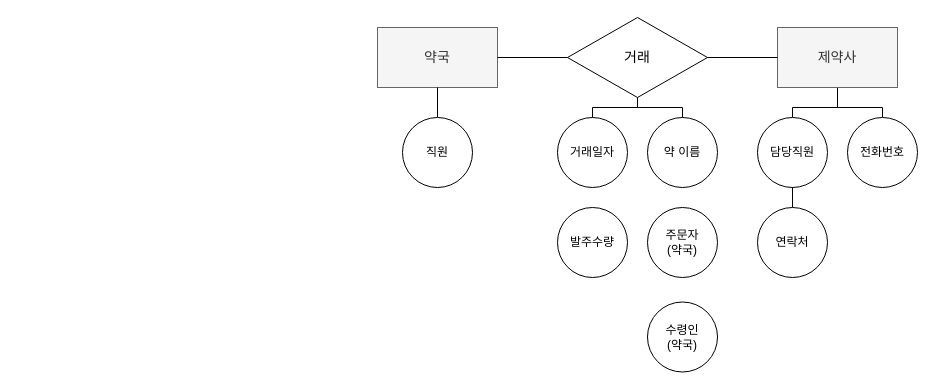
Earlier version of the draw.io diagram 0 portfolio/yakgookJego.drawio (jhy0409/jhy0409). Source tidied: cells renumbered, new cells numbered last; positions are measured from the earlier drawing's top-left corner, leaving out a move shared by most shapes. Both pictures are drawn from the tidied source at 100%, with x=0, y=0 at pixel (377, 17).
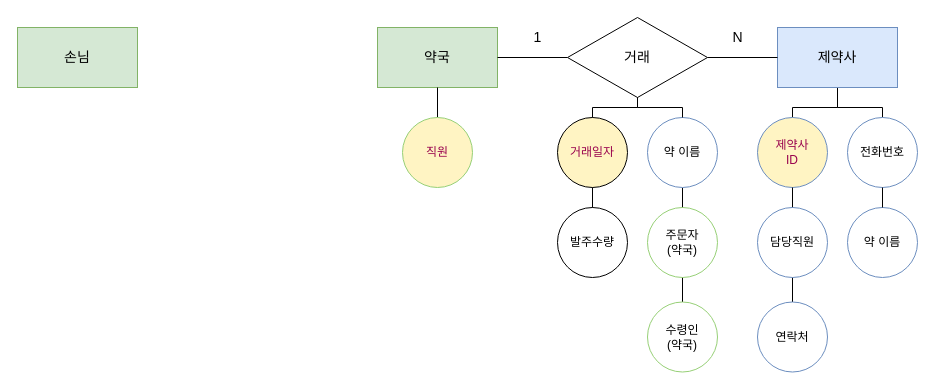
Above is the later version.

Unchanged cells that the change refers to:
```xml
<mxCell id="15" value="발주수량" style="ellipse;whiteSpace=wrap;html=1;" parent="1" vertex="1">
  <mxGeometry x="180" y="190" width="70" height="70" as="geometry" />
</mxCell>
```

What changed in the source:
```diff
@@
+    <mxCell id="22" style="endArrow=none;html=1;fontSize=14;entryX=0.5;entryY=1;entryDx=0;entryDy=0;exitX=0.5;exitY=0;exitDx=0;exitDy=0;" parent="1" edge="1" source="19" target="14">
+      <mxGeometry relative="1" as="geometry" />
+    </mxCell>
-    <mxCell id="2" value="&lt;font style=&quot;font-size: 14px&quot;&gt;약국&lt;/font&gt;" style="rounded=0;whiteSpace=wrap;html=1;fillColor=#f5f5f5;strokeColor=#666666;fontColor=#333333;" parent="1" vertex="1">
+    <mxCell id="2" value="&lt;font style=&quot;font-size: 14px&quot;&gt;약국&lt;/font&gt;" style="rounded=0;whiteSpace=wrap;html=1;fillColor=#d5e8d4;strokeColor=#82b366;" parent="1" vertex="1">
       <mxGeometry y="10" width="120" height="60" as="geometry" />
     </mxCell>
@@
-    <mxCell id="5" value="&lt;span style=&quot;font-size: 14px&quot;&gt;제약사&lt;br&gt;&lt;/span&gt;" style="rounded=0;whiteSpace=wrap;html=1;fillColor=#f5f5f5;strokeColor=#666666;fontColor=#333333;" parent="1" vertex="1">
+    <mxCell id="5" value="&lt;span style=&quot;font-size: 14px&quot;&gt;제약사&lt;br&gt;&lt;/span&gt;" style="rounded=0;whiteSpace=wrap;html=1;fillColor=#dae8fc;strokeColor=#6c8ebf;" parent="1" vertex="1">
       <mxGeometry x="400" y="10" width="120" height="60" as="geometry" />
     </mxCell>
-    <mxCell id="6" value="담당직원" style="ellipse;whiteSpace=wrap;html=1;" parent="1" vertex="1">
+    <mxCell id="6" value="제약사&lt;br&gt;ID" style="ellipse;whiteSpace=wrap;html=1;strokeColor=#6C8EBF;labelBackgroundColor=none;fontColor=#99004D;fillColor=#FFF4C3;" parent="1" vertex="1">
       <mxGeometry x="380" y="100" width="70" height="70" as="geometry" />
     </mxCell>
-    <mxCell id="7" style="edgeStyle=orthogonalEdgeStyle;rounded=0;jettySize=auto;html=1;entryX=0.5;entryY=1;entryDx=0;entryDy=0;endArrow=none;endFill=0;" parent="1" edge="1" source="8" target="6">
+    <mxCell id="7" style="edgeStyle=orthogonalEdgeStyle;rounded=0;jettySize=auto;html=1;entryX=0.5;entryY=1;entryDx=0;entryDy=0;endArrow=none;endFill=0;exitX=0;exitY=0.5;exitDx=0;exitDy=0;" parent="1" edge="1" source="26" target="6">
       <mxGeometry relative="1" as="geometry" />
     </mxCell>
-    <mxCell id="8" value="연락처" style="ellipse;whiteSpace=wrap;html=1;" parent="1" vertex="1">
+    <mxCell id="8" value="담당직원" style="ellipse;whiteSpace=wrap;html=1;strokeColor=#6C8EBF;" parent="1" vertex="1">
       <mxGeometry x="380" y="190" width="70" height="70" as="geometry" />
     </mxCell>
-    <mxCell id="9" value="전화번호" style="ellipse;whiteSpace=wrap;html=1;" parent="1" vertex="1">
+    <mxCell id="9" value="전화번호" style="ellipse;whiteSpace=wrap;html=1;strokeColor=#6C8EBF;" parent="1" vertex="1">
       <mxGeometry x="470" y="100" width="70" height="70" as="geometry" />
     </mxCell>
@@
-    <mxCell id="13" value="거래일자" style="ellipse;whiteSpace=wrap;html=1;" parent="1" vertex="1">
+    <mxCell id="13" value="거래일자" style="ellipse;whiteSpace=wrap;html=1;fontColor=#99004D;fillColor=#FFF4C3;" parent="1" vertex="1">
       <mxGeometry x="180" y="100" width="70" height="70" as="geometry" />
     </mxCell>
-    <mxCell id="14" value="약&amp;nbsp;이름" style="ellipse;whiteSpace=wrap;html=1;" parent="1" vertex="1">
+    <mxCell id="14" value="약&amp;nbsp;이름" style="ellipse;whiteSpace=wrap;html=1;strokeColor=#6C8EBF;" parent="1" vertex="1">
       <mxGeometry x="270" y="100" width="70" height="70" as="geometry" />
     </mxCell>
@@
-    <mxCell id="17" value="직원" style="ellipse;whiteSpace=wrap;html=1;" parent="1" vertex="1">
+    <mxCell id="17" value="직원" style="ellipse;whiteSpace=wrap;html=1;strokeColor=#97D077;fontColor=#99004D;fillColor=#FFF4C3;" parent="1" vertex="1">
       <mxGeometry x="25" y="100" width="70" height="70" as="geometry" />
     </mxCell>
-    <mxCell id="18" value="주문자&lt;br&gt;(약국)" style="ellipse;whiteSpace=wrap;html=1;" parent="1" vertex="1">
+    <mxCell id="18" value="주문자&lt;br&gt;(약국)" style="ellipse;whiteSpace=wrap;html=1;strokeColor=#97D077;" parent="1" vertex="1">
       <mxGeometry x="270" y="190" width="70" height="70" as="geometry" />
     </mxCell>
-    <mxCell id="19" value="수령인&lt;br&gt;(약국)" style="ellipse;whiteSpace=wrap;html=1;" parent="1" vertex="1">
+    <mxCell id="19" value="수령인&lt;br&gt;(약국)" style="ellipse;whiteSpace=wrap;html=1;strokeColor=#97D077;" parent="1" vertex="1">
       <mxGeometry x="270" y="284.5" width="70" height="70" as="geometry" />
     </mxCell>
@@
+    <mxCell id="23" style="endArrow=none;html=1;fontSize=14;entryX=0.5;entryY=1;entryDx=0;entryDy=0;exitX=0.5;exitY=0;exitDx=0;exitDy=0;" parent="1" edge="1" source="15" target="13">
+      <mxGeometry relative="1" as="geometry" />
+    </mxCell>
+    <mxCell id="24" value="약 이름" style="ellipse;whiteSpace=wrap;html=1;strokeColor=#6C8EBF;" parent="1" vertex="1">
+      <mxGeometry x="470" y="190" width="70" height="70" as="geometry" />
+    </mxCell>
+    <mxCell id="25" style="endArrow=none;html=1;fontSize=14;entryX=0.5;entryY=1;entryDx=0;entryDy=0;exitX=0.5;exitY=0;exitDx=0;exitDy=0;" parent="1" edge="1" source="24" target="9">
+      <mxGeometry relative="1" as="geometry" />
+    </mxCell>
+    <mxCell id="26" value="연락처" style="ellipse;whiteSpace=wrap;html=1;strokeColor=#6C8EBF;direction=south;" parent="1" vertex="1">
+      <mxGeometry x="380" y="284.5" width="70" height="70" as="geometry" />
+    </mxCell>
+    <mxCell id="27" value="&lt;font color=&quot;#000000&quot;&gt;1&lt;/font&gt;" style="text;html=1;align=center;verticalAlign=middle;fontSize=14;fontColor=#99004D;" parent="1" vertex="1">
+      <mxGeometry x="150" y="10" width="20" height="20" as="geometry" />
+    </mxCell>
+    <mxCell id="28" value="&lt;font color=&quot;#000000&quot;&gt;N&lt;/font&gt;" style="text;html=1;align=center;verticalAlign=middle;fontSize=14;fontColor=#99004D;" parent="1" vertex="1">
+      <mxGeometry x="345" y="10" width="30" height="20" as="geometry" />
+    </mxCell>
+    <mxCell id="29" value="&lt;span style=&quot;font-size: 14px&quot;&gt;손님&lt;/span&gt;" style="rounded=0;whiteSpace=wrap;html=1;fillColor=#d5e8d4;strokeColor=#82b366;" parent="1" vertex="1">
+      <mxGeometry x="-360" y="10" width="120" height="60" as="geometry" />
+    </mxCell>
```
